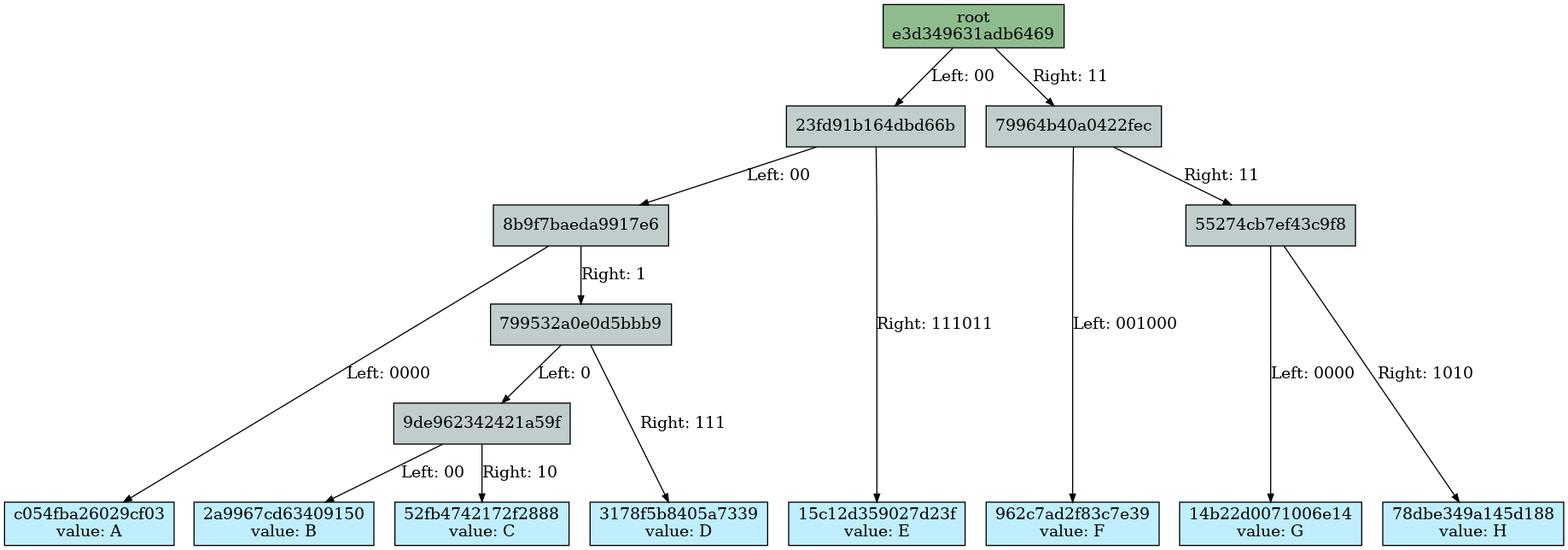
Before: docs/merkle_tree/merge/final.dot.png, a diagram exported from Graphviz (juicebox-systems/juicebox-hsm-realm). Its source is kept beside it as docs/merkle_tree/merge/final.dot.
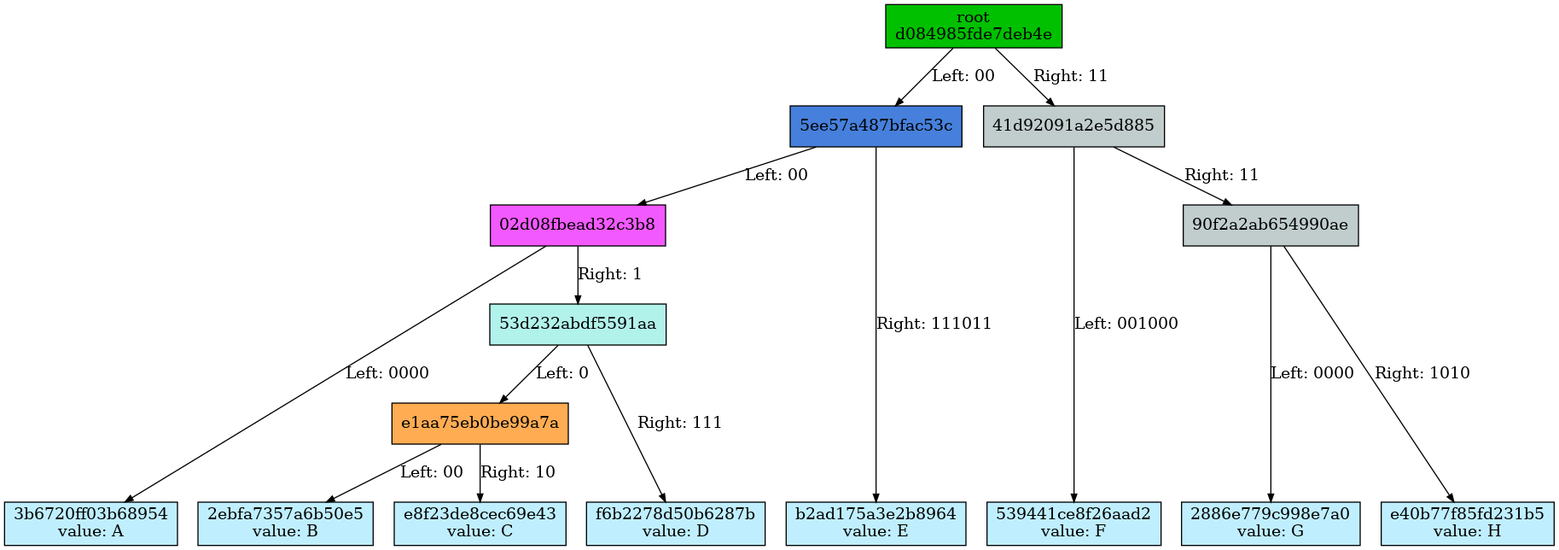
After the commit.

Diff of the diagram source:
```diff
@@ -1,68 +1,68 @@
 Digraph merkletree {
 
-he3d349631adb6469 -> h23fd91b164dbd66b [arrowsize=0.7 label="Left: 00\l" nojustify=true ];
-h23fd91b164dbd66b -> h8b9f7baeda9917e6 [arrowsize=0.7 label="Left: 00\l" nojustify=true ];
-h8b9f7baeda9917e6 -> hc054fba26029cf03 [arrowsize=0.7 label="Left: 0000" nojustify=true ];
-h8b9f7baeda9917e6 -> h799532a0e0d5bbb9 [arrowsize=0.7 label="Right: 1\l" nojustify=true ];
-h799532a0e0d5bbb9 -> h9de962342421a59f [arrowsize=0.7 label="Left: 0\l" nojustify=true ];
-h9de962342421a59f -> h2a9967cd63409150 [arrowsize=0.7 label="Left: 00" nojustify=true ];
-h9de962342421a59f -> h52fb4742172f2888 [arrowsize=0.7 label="Right: 10" nojustify=true ];
-h799532a0e0d5bbb9 -> h3178f5b8405a7339 [arrowsize=0.7 label="Right: 111" nojustify=true ];
-h23fd91b164dbd66b -> h15c12d359027d23f [arrowsize=0.7 label="Right: 111011" nojustify=true ];
-he3d349631adb6469 -> h79964b40a0422fec [arrowsize=0.7 label="Right: 11\l" nojustify=true ];
-h79964b40a0422fec -> h962c7ad2f83c7e39 [arrowsize=0.7 label="Left: 001000" nojustify=true ];
-h79964b40a0422fec -> h55274cb7ef43c9f8 [arrowsize=0.7 label="Right: 11\l" nojustify=true ];
-h55274cb7ef43c9f8 -> h14b22d0071006e14 [arrowsize=0.7 label="Left: 0000" nojustify=true ];
-h55274cb7ef43c9f8 -> h78dbe349a145d188 [arrowsize=0.7 label="Right: 1010" nojustify=true ];
+hd084985fde7deb4e -> h5ee57a487bfac53c [arrowsize=0.7 label="Left: 00" nojustify=true ];
+h5ee57a487bfac53c -> h02d08fbead32c3b8 [arrowsize=0.7 label="Left: 00" nojustify=true ];
+h02d08fbead32c3b8 -> h3b6720ff03b68954 [arrowsize=0.7 label="Left: 0000" nojustify=true ];
+h02d08fbead32c3b8 -> h53d232abdf5591aa [arrowsize=0.7 label="Right: 1" nojustify=true ];
+h53d232abdf5591aa -> he1aa75eb0be99a7a [arrowsize=0.7 label="Left: 0" nojustify=true ];
+he1aa75eb0be99a7a -> h2ebfa7357a6b50e5 [arrowsize=0.7 label="Left: 00" nojustify=true ];
+he1aa75eb0be99a7a -> he8f23de8cec69e43 [arrowsize=0.7 label="Right: 10" nojustify=true ];
+h53d232abdf5591aa -> hf6b2278d50b6287b [arrowsize=0.7 label="Right: 111" nojustify=true ];
+h5ee57a487bfac53c -> hb2ad175a3e2b8964 [arrowsize=0.7 label="Right: 111011" nojustify=true ];
+hd084985fde7deb4e -> h41d92091a2e5d885 [arrowsize=0.7 label="Right: 11" nojustify=true ];
+h41d92091a2e5d885 -> h539441ce8f26aad2 [arrowsize=0.7 label="Left: 001000" nojustify=true ];
+h41d92091a2e5d885 -> h90f2a2ab654990ae [arrowsize=0.7 label="Right: 11" nojustify=true ];
+h90f2a2ab654990ae -> h2886e779c998e7a0 [arrowsize=0.7 label="Left: 0000" nojustify=true ];
+h90f2a2ab654990ae -> he40b77f85fd231b5 [arrowsize=0.7 label="Right: 1010" nojustify=true ];
 
 Subgraph depth_0 {
 rank=same
 
-he3d349631adb6469 [fillcolor=darkseagreen label="root\ne3d349631adb6469" ordering=out shape=box style=filled ];
+hd084985fde7deb4e [fillcolor="#00c000" label="root\nd084985fde7deb4e" ordering=out shape=box style=filled ];
 }
 
 
 Subgraph depth_2 {
 rank=same
 
-h23fd91b164dbd66b [fillcolor=azure3 label="23fd91b164dbd66b" ordering=out shape=box style=filled ];
-h79964b40a0422fec [fillcolor=azure3 label="79964b40a0422fec" ordering=out shape=box style=filled ];
+h5ee57a487bfac53c [fillcolor="#4680DC" label="5ee57a487bfac53c" ordering=out shape=box style=filled ];
+h41d92091a2e5d885 [fillcolor=azure3 label="41d92091a2e5d885" ordering=out shape=box style=filled ];
 }
 
 
 Subgraph depth_4 {
 rank=same
 
-h8b9f7baeda9917e6 [fillcolor=azure3 label="8b9f7baeda9917e6" ordering=out shape=box style=filled ];
-h55274cb7ef43c9f8 [fillcolor=azure3 label="55274cb7ef43c9f8" ordering=out shape=box style=filled ];
+h02d08fbead32c3b8 [fillcolor="#F259FF" label="02d08fbead32c3b8" ordering=out shape=box style=filled ];
+h90f2a2ab654990ae [fillcolor=azure3 label="90f2a2ab654990ae" ordering=out shape=box style=filled ];
 }
 
 
 Subgraph depth_256 {
 rank=same
 
-hc054fba26029cf03 [fillcolor=lightblue1 label="c054fba26029cf03\nvalue: A" ordering=out shape=box style=filled ];
-h2a9967cd63409150 [fillcolor=lightblue1 label="2a9967cd63409150\nvalue: B" ordering=out shape=box style=filled ];
-h52fb4742172f2888 [fillcolor=lightblue1 label="52fb4742172f2888\nvalue: C" ordering=out shape=box style=filled ];
-h3178f5b8405a7339 [fillcolor=lightblue1 label="3178f5b8405a7339\nvalue: D" ordering=out shape=box style=filled ];
-h15c12d359027d23f [fillcolor=lightblue1 label="15c12d359027d23f\nvalue: E" ordering=out shape=box style=filled ];
-h962c7ad2f83c7e39 [fillcolor=lightblue1 label="962c7ad2f83c7e39\nvalue: F" ordering=out shape=box style=filled ];
-h14b22d0071006e14 [fillcolor=lightblue1 label="14b22d0071006e14\nvalue: G" ordering=out shape=box style=filled ];
-h78dbe349a145d188 [fillcolor=lightblue1 label="78dbe349a145d188\nvalue: H" ordering=out shape=box style=filled ];
+h3b6720ff03b68954 [fillcolor=lightblue1 label="3b6720ff03b68954\nvalue: A" ordering=out shape=box style=filled ];
+h2ebfa7357a6b50e5 [fillcolor=lightblue1 label="2ebfa7357a6b50e5\nvalue: B" ordering=out shape=box style=filled ];
+he8f23de8cec69e43 [fillcolor=lightblue1 label="e8f23de8cec69e43\nvalue: C" ordering=out shape=box style=filled ];
+hf6b2278d50b6287b [fillcolor=lightblue1 label="f6b2278d50b6287b\nvalue: D" ordering=out shape=box style=filled ];
+hb2ad175a3e2b8964 [fillcolor=lightblue1 label="b2ad175a3e2b8964\nvalue: E" ordering=out shape=box style=filled ];
+h539441ce8f26aad2 [fillcolor=lightblue1 label="539441ce8f26aad2\nvalue: F" ordering=out shape=box style=filled ];
+h2886e779c998e7a0 [fillcolor=lightblue1 label="2886e779c998e7a0\nvalue: G" ordering=out shape=box style=filled ];
+he40b77f85fd231b5 [fillcolor=lightblue1 label="e40b77f85fd231b5\nvalue: H" ordering=out shape=box style=filled ];
 }
 
 
 Subgraph depth_5 {
 rank=same
 
-h799532a0e0d5bbb9 [fillcolor=azure3 label="799532a0e0d5bbb9" ordering=out shape=box style=filled ];
+h53d232abdf5591aa [fillcolor="#b1f2eb" label="53d232abdf5591aa" ordering=out shape=box style=filled ];
 }
 
 
 Subgraph depth_6 {
 rank=same
 
-h9de962342421a59f [fillcolor=azure3 label="9de962342421a59f" ordering=out shape=box style=filled ];
+he1aa75eb0be99a7a [fillcolor="#FFAC53" label="e1aa75eb0be99a7a" ordering=out shape=box style=filled ];
 }
 
 }
```
